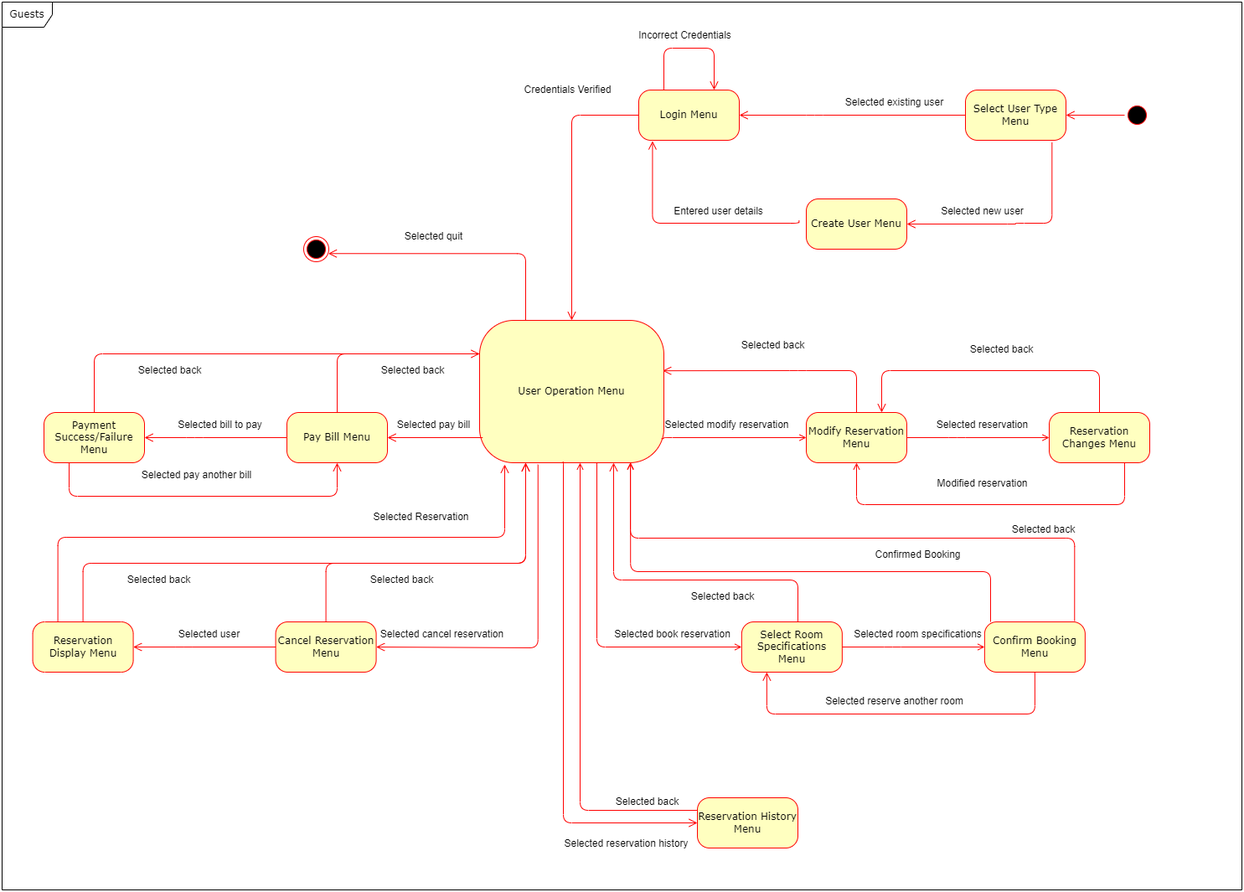
Earlier version of the draw.io export Diagrams/StateDiagram/State-Diagram-Guest.png (mclhtay/CS4471). Source tidied: cells renumbered, new cells last; positions are measured from the earlier drawing's top-left corner, leaving out a move shared by most shapes.
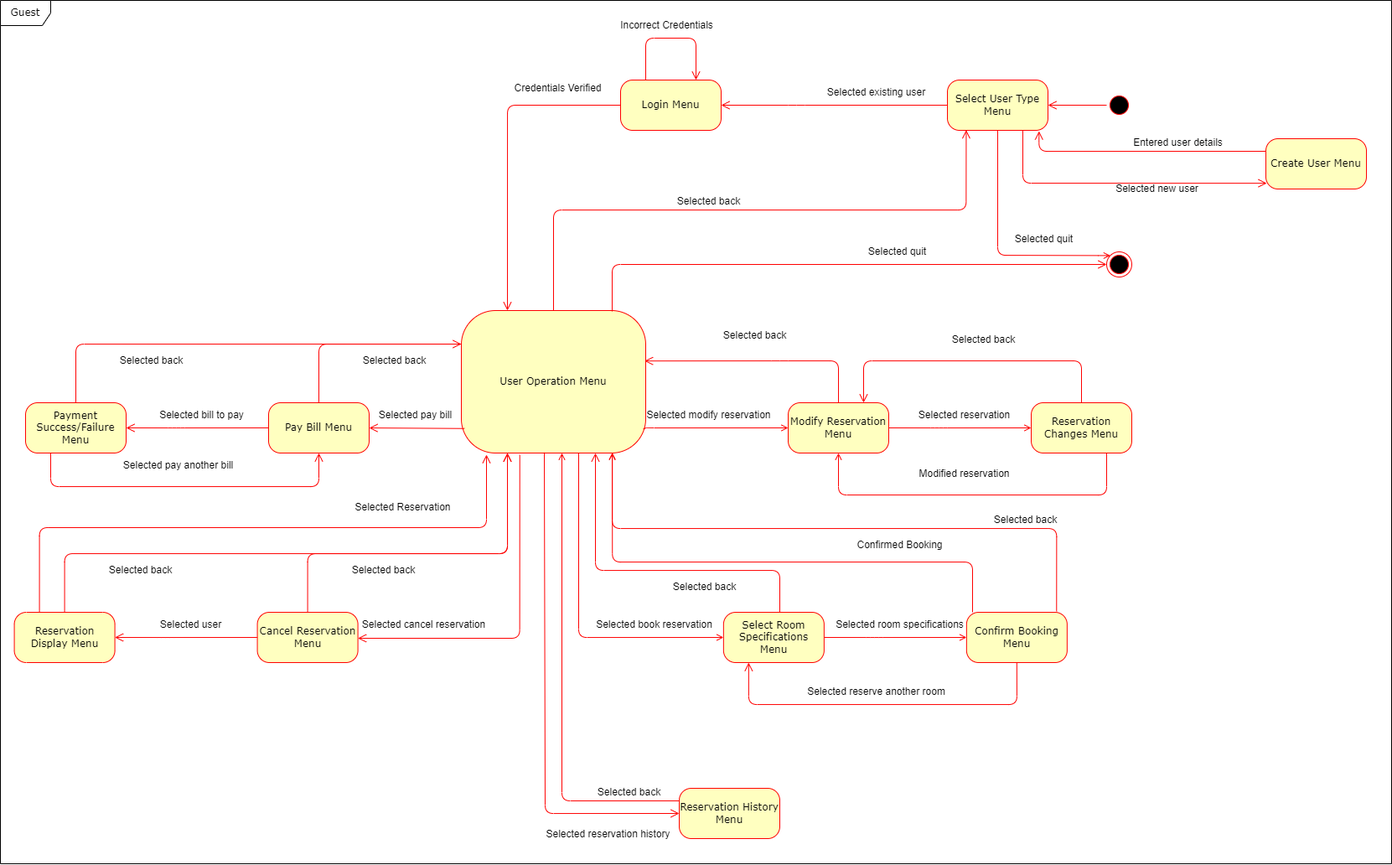
The same file after the commit.

Commit message:
updated diagrams to reflect new changes

Change to the diagram source:
```diff
@@ -11,14 +11,14 @@
     <mxCell id="4" value="Select User Type Menu" style="rounded=1;whiteSpace=wrap;html=1;arcSize=24;fillColor=#ffffc0;strokeColor=#ff0000;shadow=0;comic=0;labelBackgroundColor=none;fontFamily=Verdana;fontSize=12;fontColor=#000000;align=center;" parent="1" vertex="1">
       <mxGeometry x="1150" y="105" width="120" height="60" as="geometry" />
     </mxCell>
-    <mxCell id="5" value="Guests" style="shape=umlFrame;whiteSpace=wrap;html=1;rounded=1;shadow=0;comic=0;labelBackgroundColor=none;strokeWidth=1;fontFamily=Verdana;fontSize=12;align=center;" parent="1" vertex="1">
-      <mxGeometry width="1480" height="1060" as="geometry" />
+    <mxCell id="5" value="Guest" style="shape=umlFrame;whiteSpace=wrap;html=1;rounded=1;shadow=0;comic=0;labelBackgroundColor=none;strokeWidth=1;fontFamily=Verdana;fontSize=12;align=center;" parent="1" vertex="1">
+      <mxGeometry x="20" y="10" width="1660" height="1030" as="geometry" />
     </mxCell>
     <mxCell id="6" style="edgeStyle=orthogonalEdgeStyle;html=1;labelBackgroundColor=none;endArrow=open;endSize=8;strokeColor=#ff0000;fontFamily=Verdana;fontSize=12;align=left;" parent="1" edge="1" source="2" target="4">
       <mxGeometry relative="1" as="geometry" />
     </mxCell>
     <mxCell id="7" style="ellipse;html=1;shape=endState;fillColor=#000000;strokeColor=#ff0000;rounded=1;shadow=0;comic=0;labelBackgroundColor=none;fontFamily=Verdana;fontSize=12;fontColor=#000000;align=center;" parent="1" vertex="1">
-      <mxGeometry x="360" y="280" width="30" height="30" as="geometry" />
+      <mxGeometry x="1340" y="310" width="30" height="30" as="geometry" />
     </mxCell>
     <mxCell id="8" style="edgeStyle=orthogonalEdgeStyle;html=1;labelBackgroundColor=none;endArrow=open;endSize=8;strokeColor=#ff0000;fontFamily=Verdana;fontSize=12;align=left;exitX=0;exitY=0.5;exitDx=0;exitDy=0;entryX=1;entryY=0.5;entryDx=0;entryDy=0;" parent="1" edge="1" source="4" target="12">
       <mxGeometry relative="1" as="geometry">
@@ -35,13 +35,13 @@
       <mxGeometry x="720" y="740" width="160" height="30" as="geometry" />
     </mxCell>
     <mxCell id="11" value="Selected quit" style="text;html=1;align=center;verticalAlign=middle;strokeColor=none;fillColor=none;" parent="1" vertex="1">
-      <mxGeometry x="470" y="265" width="90" height="30" as="geometry" />
+      <mxGeometry x="1045" y="295" width="90" height="30" as="geometry" />
     </mxCell>
     <mxCell id="12" value="Login Menu" style="rounded=1;whiteSpace=wrap;html=1;arcSize=24;fillColor=#ffffc0;strokeColor=#ff0000;shadow=0;comic=0;labelBackgroundColor=none;fontFamily=Verdana;fontSize=12;fontColor=#000000;align=center;" parent="1" vertex="1">
       <mxGeometry x="760" y="105" width="120" height="60" as="geometry" />
     </mxCell>
     <mxCell id="13" value="Credentials Verified" style="text;html=1;align=center;verticalAlign=middle;strokeColor=none;fillColor=none;" parent="1" vertex="1">
-      <mxGeometry x="610" y="90" width="130" height="30" as="geometry" />
+      <mxGeometry x="620" y="100" width="130" height="30" as="geometry" />
     </mxCell>
     <mxCell id="14" style="edgeStyle=orthogonalEdgeStyle;html=1;labelBackgroundColor=none;endArrow=open;endSize=8;strokeColor=#ff0000;fontFamily=Verdana;fontSize=12;align=left;exitX=0.25;exitY=0;exitDx=0;exitDy=0;entryX=0.75;entryY=0;entryDx=0;entryDy=0;" parent="1" edge="1" source="12" target="12">
       <mxGeometry relative="1" as="geometry">
@@ -67,15 +67,14 @@
     <mxCell id="18" value="Selected pay bill" style="text;html=1;align=center;verticalAlign=middle;strokeColor=none;fillColor=none;" parent="1" vertex="1">
       <mxGeometry x="460" y="490" width="110" height="30" as="geometry" />
     </mxCell>
-    <mxCell id="19" style="edgeStyle=orthogonalEdgeStyle;html=1;labelBackgroundColor=none;endArrow=open;endSize=8;strokeColor=#ff0000;fontFamily=Verdana;fontSize=12;align=left;exitX=0.25;exitY=0;exitDx=0;exitDy=0;entryX=0.982;entryY=0.675;entryDx=0;entryDy=0;entryPerimeter=0;" parent="1" edge="1" source="3" target="7">
+    <mxCell id="19" style="edgeStyle=orthogonalEdgeStyle;html=1;labelBackgroundColor=none;endArrow=open;endSize=8;strokeColor=#ff0000;fontFamily=Verdana;fontSize=12;align=left;exitX=0.818;exitY=0.006;exitDx=0;exitDy=0;entryX=0;entryY=0.5;entryDx=0;entryDy=0;exitPerimeter=0;" parent="1" edge="1" source="3" target="7">
       <mxGeometry relative="1" as="geometry">
         <Array as="points">
-          <mxPoint x="625" y="300" />
-          <mxPoint x="390" y="300" />
+          <mxPoint x="750" y="325" />
         </Array>
       </mxGeometry>
     </mxCell>
-    <mxCell id="20" style="edgeStyle=orthogonalEdgeStyle;html=1;labelBackgroundColor=none;endArrow=open;endSize=8;strokeColor=#ff0000;fontFamily=Verdana;fontSize=12;align=left;exitX=0;exitY=0.5;exitDx=0;exitDy=0;entryX=0.5;entryY=0;entryDx=0;entryDy=0;" parent="1" edge="1" source="12" target="3">
+    <mxCell id="20" style="edgeStyle=orthogonalEdgeStyle;html=1;labelBackgroundColor=none;endArrow=open;endSize=8;strokeColor=#ff0000;fontFamily=Verdana;fontSize=12;align=left;exitX=0;exitY=0.5;exitDx=0;exitDy=0;entryX=0.25;entryY=0;entryDx=0;entryDy=0;" parent="1" edge="1" source="12" target="3">
       <mxGeometry relative="1" as="geometry" />
     </mxCell>
     <mxCell id="21" value="Payment Success/Failure Menu" style="rounded=1;whiteSpace=wrap;html=1;arcSize=24;fillColor=#ffffc0;strokeColor=#ff0000;shadow=0;comic=0;labelBackgroundColor=none;fontFamily=Verdana;fontSize=12;fontColor=#000000;align=center;" parent="1" vertex="1">
@@ -351,29 +350,49 @@
       <mxGeometry x="970" y="820" width="190" height="30" as="geometry" />
     </mxCell>
     <mxCell id="72" value="Create User Menu" style="rounded=1;whiteSpace=wrap;html=1;arcSize=24;fillColor=#ffffc0;strokeColor=#ff0000;shadow=0;comic=0;labelBackgroundColor=none;fontFamily=Verdana;fontSize=12;fontColor=#000000;align=center;" parent="1" vertex="1">
-      <mxGeometry x="960" y="235" width="120" height="60" as="geometry" />
+      <mxGeometry x="1530" y="175" width="120" height="60" as="geometry" />
     </mxCell>
-    <mxCell id="73" style="edgeStyle=orthogonalEdgeStyle;html=1;labelBackgroundColor=none;endArrow=open;endSize=8;strokeColor=#ff0000;fontFamily=Verdana;fontSize=12;align=left;exitX=0.861;exitY=1.041;exitDx=0;exitDy=0;entryX=1;entryY=0.5;entryDx=0;entryDy=0;exitPerimeter=0;" parent="1" edge="1" source="4" target="72">
+    <mxCell id="73" style="edgeStyle=orthogonalEdgeStyle;html=1;labelBackgroundColor=none;endArrow=open;endSize=8;strokeColor=#ff0000;fontFamily=Verdana;fontSize=12;align=left;exitX=0.75;exitY=1;exitDx=0;exitDy=0;entryX=0.009;entryY=0.885;entryDx=0;entryDy=0;entryPerimeter=0;" parent="1" edge="1" source="4" target="72">
       <mxGeometry relative="1" as="geometry">
         <Array as="points">
-          <mxPoint x="1253" y="264" />
-          <mxPoint x="1210" y="264" />
+          <mxPoint x="1240" y="228" />
         </Array>
       </mxGeometry>
     </mxCell>
     <mxCell id="74" value="Selected new user" style="text;html=1;align=center;verticalAlign=middle;strokeColor=none;fillColor=none;" parent="1" vertex="1">
-      <mxGeometry x="1110" y="235" width="120" height="30" as="geometry" />
+      <mxGeometry x="1340" y="220" width="120" height="30" as="geometry" />
     </mxCell>
-    <mxCell id="75" style="edgeStyle=orthogonalEdgeStyle;html=1;labelBackgroundColor=none;endArrow=open;endSize=8;strokeColor=#ff0000;fontFamily=Verdana;fontSize=12;align=left;exitX=-0.072;exitY=0.43;exitDx=0;exitDy=0;entryX=0.137;entryY=1.015;entryDx=0;entryDy=0;exitPerimeter=0;entryPerimeter=0;" parent="1" edge="1" source="72" target="12">
+    <mxCell id="75" style="edgeStyle=orthogonalEdgeStyle;html=1;labelBackgroundColor=none;endArrow=open;endSize=8;strokeColor=#ff0000;fontFamily=Verdana;fontSize=12;align=left;entryX=0.911;entryY=1.017;entryDx=0;entryDy=0;entryPerimeter=0;exitX=0;exitY=0.25;exitDx=0;exitDy=0;" parent="1" edge="1" source="72" target="4">
       <mxGeometry relative="1" as="geometry">
         <Array as="points">
-          <mxPoint x="951" y="264" />
-          <mxPoint x="776" y="264" />
+          <mxPoint x="1259" y="190" />
         </Array>
       </mxGeometry>
     </mxCell>
     <mxCell id="76" value="Entered user details" style="text;html=1;align=center;verticalAlign=middle;strokeColor=none;fillColor=none;" parent="1" vertex="1">
-      <mxGeometry x="790" y="235" width="130" height="30" as="geometry" />
+      <mxGeometry x="1360" y="165" width="130" height="30" as="geometry" />
     </mxCell>
+    <mxCell id="77" style="edgeStyle=orthogonalEdgeStyle;html=1;labelBackgroundColor=none;endArrow=none;endSize=8;strokeColor=#ff0000;fontFamily=Verdana;fontSize=12;align=left;exitX=0;exitY=0;exitDx=0;exitDy=0;startArrow=open;startFill=0;endFill=0;" parent="1" edge="1" source="7" target="4">
+      <mxGeometry relative="1" as="geometry">
+        <Array as="points">
+          <mxPoint x="1340" y="314" />
+          <mxPoint x="1210" y="314" />
+        </Array>
+      </mxGeometry>
+    </mxCell>
+    <mxCell id="78" value="Selected quit" style="text;html=1;align=center;verticalAlign=middle;strokeColor=none;fillColor=none;" parent="1" vertex="1">
+      <mxGeometry x="1220" y="280" width="90" height="30" as="geometry" />
+    </mxCell>
+    <mxCell id="79" style="edgeStyle=orthogonalEdgeStyle;html=1;labelBackgroundColor=none;endArrow=open;endSize=8;strokeColor=#ff0000;fontFamily=Verdana;fontSize=12;align=left;exitX=0.5;exitY=0;exitDx=0;exitDy=0;entryX=0.187;entryY=0.994;entryDx=0;entryDy=0;entryPerimeter=0;" parent="1" edge="1" source="3" target="4">
+      <mxGeometry relative="1" as="geometry">
+        <Array as="points">
+          <mxPoint x="680" y="260" />
+          <mxPoint x="1172" y="260" />
+        </Array>
+      </mxGeometry>
+    </mxCell>
+    <mxCell id="80" value="Selected back" style="text;html=1;align=center;verticalAlign=middle;strokeColor=none;fillColor=none;" parent="1" vertex="1">
+      <mxGeometry x="815" y="235" width="100" height="30" as="geometry" />
+    </mxCell>
   </root>
 </mxGraphModel>
```
